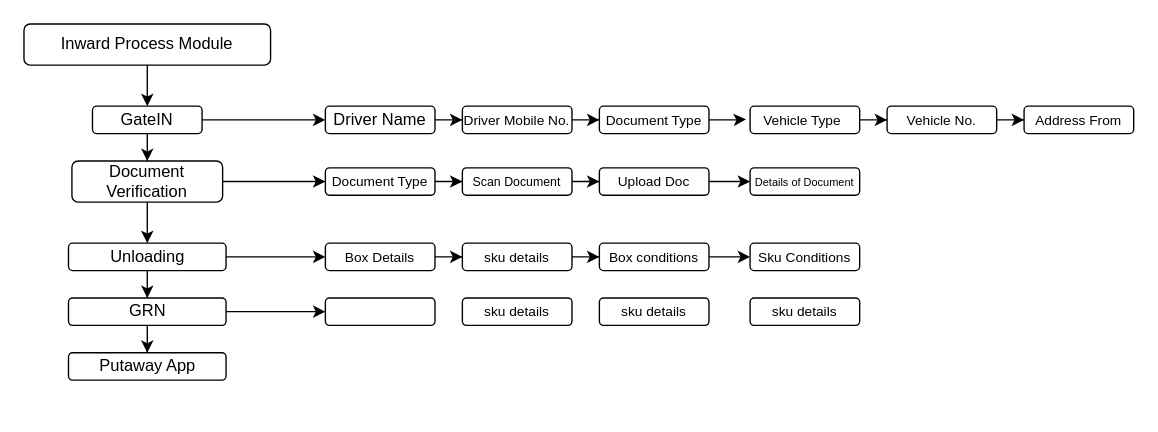
Sagar-1990/JavaTutorial keeps this draw.io diagram as Untitled Diagram.drawio. Above is the earlier version. Source tidied: cells renumbered, new cells numbered last; positions are measured from the earlier drawing's top-left corner, leaving out a move shared by most shapes. Both pictures are drawn from the tidied source at 137%, with x=0, y=0 at pixel (23, 23).
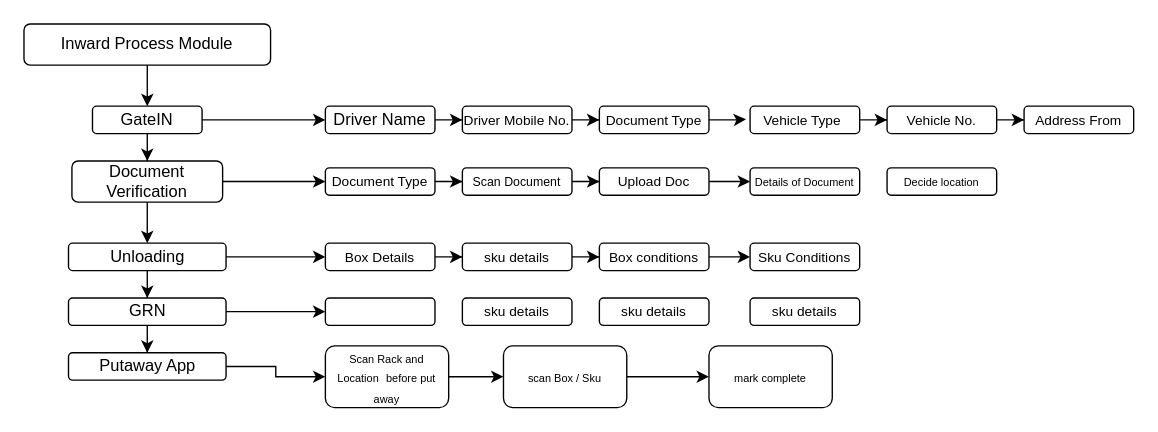
Above is the later version.

Unchanged cells that the change refers to:
```xml
<mxCell id="13" value="Putaway App" style="rounded=1;whiteSpace=wrap;html=1;" parent="1" vertex="1">
  <mxGeometry x="32.5" y="240" width="115" height="20" as="geometry" />
</mxCell>
```

The edit, as a diff of the source:
```diff
@@
+    <mxCell id="46" style="edgeStyle=orthogonalEdgeStyle;rounded=0;jettySize=auto;html=1;" parent="1" edge="1" source="13" target="49">
+      <mxGeometry relative="1" as="geometry" />
+    </mxCell>
@@
+    <mxCell id="47" value="&lt;span style=&quot;font-size: 8px;&quot;&gt;Decide location&lt;/span&gt;" style="rounded=1;whiteSpace=wrap;html=1;" parent="1" vertex="1">
+      <mxGeometry x="630" y="105" width="80" height="20" as="geometry" />
+    </mxCell>
+    <mxCell id="48" style="edgeStyle=orthogonalEdgeStyle;rounded=0;jettySize=auto;html=1;" parent="1" edge="1" source="49" target="51">
+      <mxGeometry relative="1" as="geometry" />
+    </mxCell>
+    <mxCell id="49" value="&lt;font style=&quot;font-size: 8px;&quot;&gt;Scan Rack and Location&lt;span style=&quot;white-space: pre;&quot;&gt;&#9;&lt;/span&gt;before put away&lt;/font&gt;" style="rounded=1;whiteSpace=wrap;html=1;" parent="1" vertex="1">
+      <mxGeometry x="220" y="235" width="90" height="45" as="geometry" />
+    </mxCell>
+    <mxCell id="50" style="edgeStyle=orthogonalEdgeStyle;rounded=0;jettySize=auto;html=1;" parent="1" edge="1" source="51" target="52">
+      <mxGeometry relative="1" as="geometry" />
+    </mxCell>
+    <mxCell id="51" value="&lt;span style=&quot;font-size: 8px;&quot;&gt;scan Box / Sku&lt;/span&gt;" style="rounded=1;whiteSpace=wrap;html=1;" parent="1" vertex="1">
+      <mxGeometry x="350" y="235" width="90" height="45" as="geometry" />
+    </mxCell>
+    <mxCell id="52" value="&lt;span style=&quot;font-size: 8px;&quot;&gt;mark complete&lt;/span&gt;" style="rounded=1;whiteSpace=wrap;html=1;" parent="1" vertex="1">
+      <mxGeometry x="500" y="235" width="90" height="45" as="geometry" />
+    </mxCell>
```
